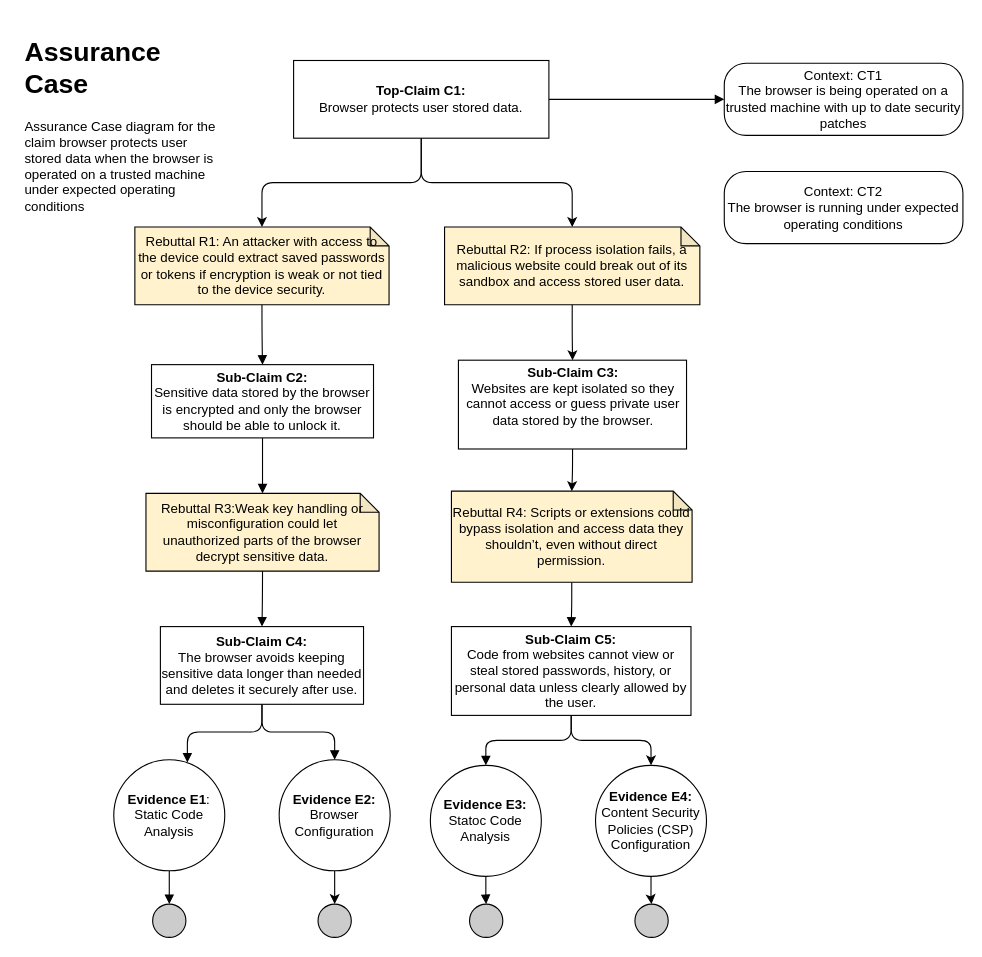
Earlier version of the draw.io diagram docs/assurance_cases/Navigate_URL_Assurance_Case.drawio (chauler/CYBR8420-Team5-Project). Source tidied: cells renumbered, new cells numbered last; positions are measured from the earlier drawing's top-left corner, leaving out a move shared by most shapes. Both pictures are drawn from the tidied source at 111%, with x=0, y=0 at pixel (19, 30).
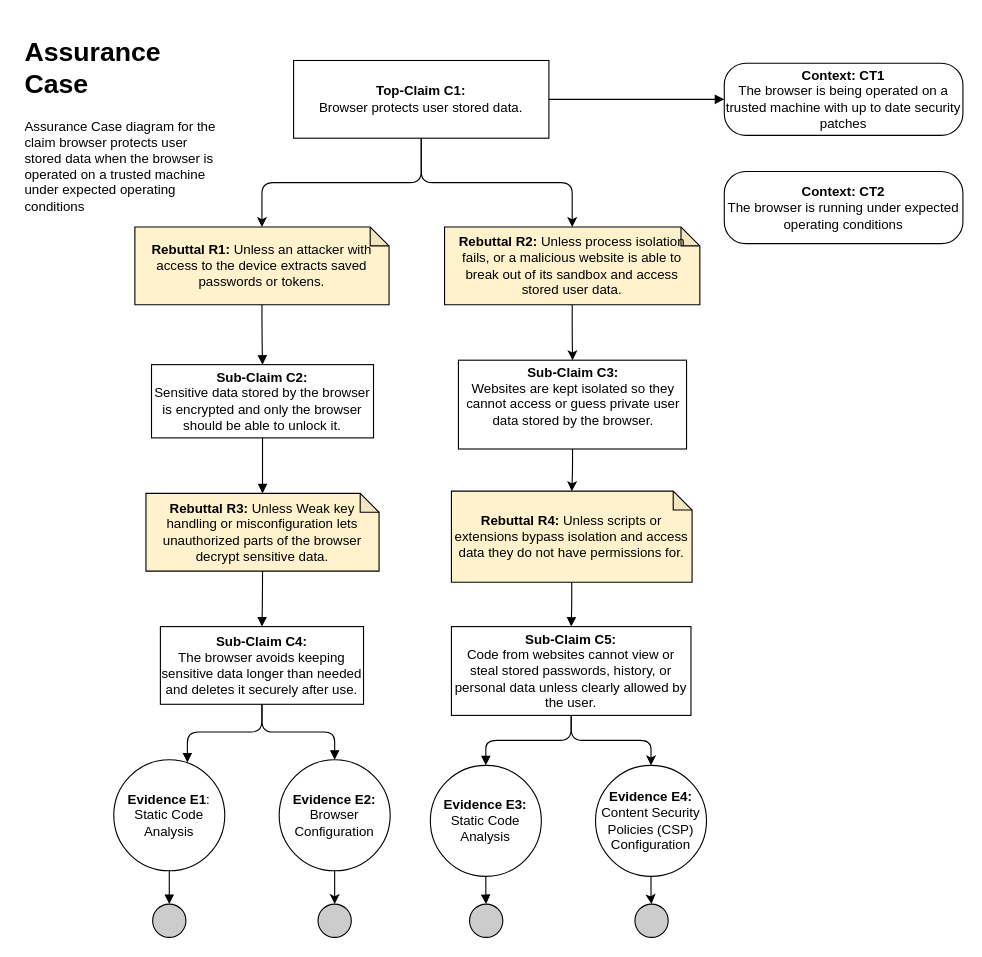
Above is the later version.

Diff of the diagram source:
```diff
@@
-    <mxCell id="5" value="Context: CT1&lt;br&gt;The browser is being operated on a trusted machine with up to date security patches" style="rounded=1;whiteSpace=wrap;html=1;arcSize=30;" parent="1" vertex="1">
+    <mxCell id="5" value="&lt;b&gt;Context: CT1&lt;/b&gt;&lt;br&gt;The browser is being operated on a trusted machine with up to date security patches" style="rounded=1;whiteSpace=wrap;html=1;arcSize=30;" parent="1" vertex="1">
       <mxGeometry x="635" y="29.5" width="215" height="65" as="geometry" />
     </mxCell>
@@
-    <mxCell id="7" value="Rebuttal R1: An attacker with access to the device could extract saved passwords or tokens if encryption is weak or not tied to the device security." style="shape=note;whiteSpace=wrap;html=1;backgroundOutline=1;darkOpacity=0.05;size=17;fillColor=#FFF2CC;" parent="1" vertex="1">
+    <mxCell id="7" value="&lt;b&gt;Rebuttal R1:&lt;/b&gt;&amp;nbsp;Unless an attacker with access to the device extracts saved passwords or tokens." style="shape=note;whiteSpace=wrap;html=1;backgroundOutline=1;darkOpacity=0.05;size=17;fillColor=#FFF2CC;" parent="1" vertex="1">
       <mxGeometry x="104" y="177" width="229" height="70" as="geometry" />
     </mxCell>
@@
-    <mxCell id="11" value="Rebuttal R3:Weak key handling or misconfiguration could let unauthorized parts of the browser decrypt sensitive data." style="shape=note;whiteSpace=wrap;html=1;backgroundOutline=1;darkOpacity=0.05;size=17;fillColor=#FFF2CC;" parent="1" vertex="1">
+    <mxCell id="11" value="&lt;b&gt;Rebuttal R3: &lt;/b&gt;Unless&lt;b&gt;&amp;nbsp;&lt;/b&gt;Weak key handling or misconfiguration lets unauthorized parts of the browser decrypt sensitive data." style="shape=note;whiteSpace=wrap;html=1;backgroundOutline=1;darkOpacity=0.05;size=17;fillColor=#FFF2CC;" parent="1" vertex="1">
       <mxGeometry x="114" y="417" width="210" height="70" as="geometry" />
     </mxCell>
@@
-    <mxCell id="13" value="Rebuttal R4: Scripts or extensions could bypass isolation and access data they shouldn’t, even without direct permission." style="shape=note;whiteSpace=wrap;html=1;backgroundOutline=1;darkOpacity=0.05;size=17;fillColor=#FFF2CC;" parent="1" vertex="1">
+    <mxCell id="13" value="&lt;b&gt;Rebuttal R4:&lt;/b&gt;&amp;nbsp;Unless scripts or extensions bypass isolation and access data they do not have permissions for." style="shape=note;whiteSpace=wrap;html=1;backgroundOutline=1;darkOpacity=0.05;size=17;fillColor=#FFF2CC;" parent="1" vertex="1">
       <mxGeometry x="389.2" y="415" width="216.8" height="82" as="geometry" />
     </mxCell>
@@
-    <mxCell id="27" value="&lt;b&gt;Evidence E3:&lt;/b&gt;&lt;br&gt;Statoc Code Analysis" style="ellipse;whiteSpace=wrap;html=1;fillColor=#ffffff;rounded=0;" parent="1" vertex="1">
+    <mxCell id="27" value="&lt;b&gt;Evidence E3:&lt;/b&gt;&lt;br&gt;Static Code Analysis" style="ellipse;whiteSpace=wrap;html=1;fillColor=#ffffff;rounded=0;" parent="1" vertex="1">
       <mxGeometry x="370.2" y="662" width="100" height="100" as="geometry" />
     </mxCell>
@@
-    <mxCell id="30" value="Rebuttal R2: If process isolation fails, a malicious website could break out of its sandbox and access stored user data." style="shape=note;whiteSpace=wrap;html=1;backgroundOutline=1;darkOpacity=0.05;size=17;fillColor=#FFF2CC;" parent="1" vertex="1">
+    <mxCell id="30" value="&lt;b&gt;Rebuttal R2: &lt;/b&gt;Unless&lt;b&gt;&amp;nbsp;&lt;/b&gt;process isolation fails, or a malicious website is able to break out of its sandbox and access stored user data." style="shape=note;whiteSpace=wrap;html=1;backgroundOutline=1;darkOpacity=0.05;size=17;fillColor=#FFF2CC;" parent="1" vertex="1">
       <mxGeometry x="383" y="177" width="230" height="70" as="geometry" />
     </mxCell>
@@
-    <mxCell id="38" value="Context: CT2&lt;br&gt;The browser is running under expected operating conditions" style="rounded=1;whiteSpace=wrap;html=1;arcSize=30;" parent="1" vertex="1">
+    <mxCell id="38" value="&lt;b&gt;Context: CT2&lt;/b&gt;&lt;br&gt;The browser is running under expected operating conditions" style="rounded=1;whiteSpace=wrap;html=1;arcSize=30;" parent="1" vertex="1">
       <mxGeometry x="635" y="127" width="215" height="65" as="geometry" />
     </mxCell>
```
